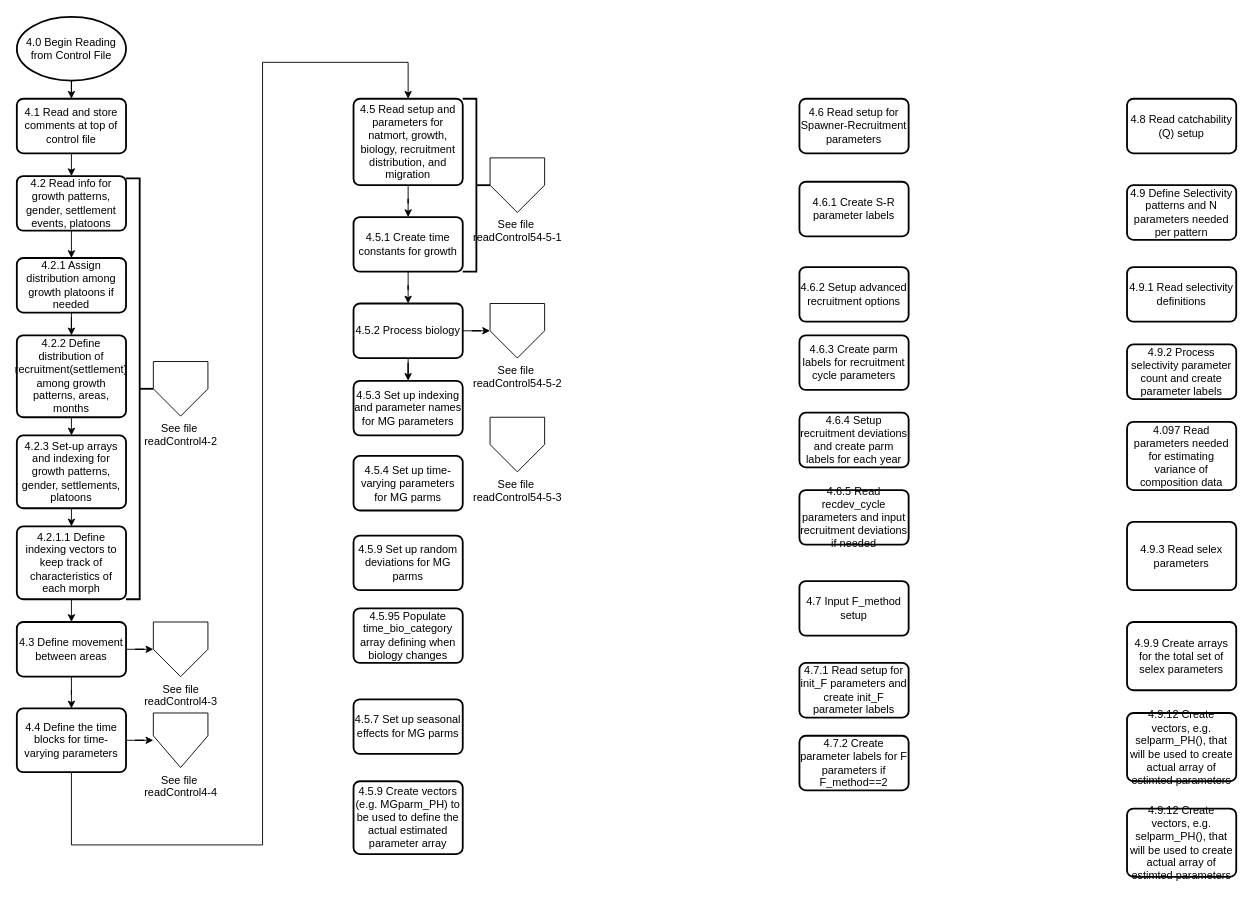
nmfs-ost/ss3-flowcharts keeps this draw.io diagram as readControl.drawio. Above is the earlier version. Source tidied: cells renumbered, new cells numbered last; positions are measured from the earlier drawing's top-left corner, leaving out a move shared by most shapes. Both pictures are drawn from the tidied source at 91%, with x=0, y=0 at pixel (16, 16).
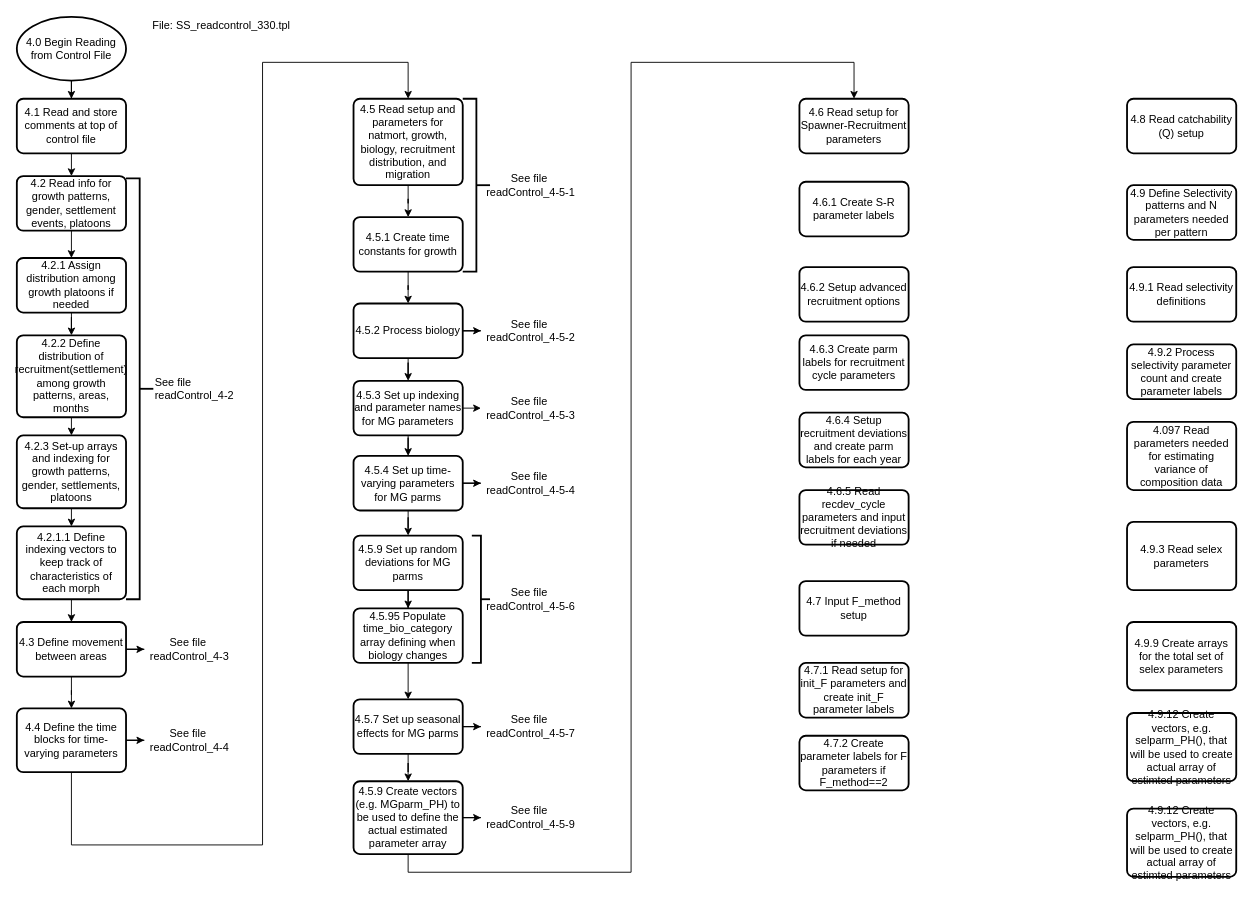
The same page after the edit.

The change refers to these unchanged cells:
```xml
<mxCell id="19" value="4.3 Define movement between areas" style="rounded=1;whiteSpace=wrap;html=1;absoluteArcSize=1;arcSize=14;strokeWidth=2;" parent="1" vertex="1">
  <mxGeometry y="665" width="120" height="60" as="geometry" />
</mxCell>
<mxCell id="22" value="4.4 Define the time blocks for time-varying parameters" style="rounded=1;whiteSpace=wrap;html=1;absoluteArcSize=1;arcSize=14;strokeWidth=2;" parent="1" vertex="1">
  <mxGeometry y="760" width="120" height="70" as="geometry" />
</mxCell>
<mxCell id="29" value="4.5.2 Process biology" style="rounded=1;whiteSpace=wrap;html=1;absoluteArcSize=1;arcSize=14;strokeWidth=2;" parent="1" vertex="1">
  <mxGeometry x="370" y="315" width="120" height="60" as="geometry" />
</mxCell>
<mxCell id="30" value="4.5.3 Set up indexing and parameter names for MG parameters" style="rounded=1;whiteSpace=wrap;html=1;absoluteArcSize=1;arcSize=14;strokeWidth=2;" parent="1" vertex="1">
  <mxGeometry x="370" y="400" width="120" height="60" as="geometry" />
</mxCell>
<mxCell id="31" value="4.5.4 Set up time-varying parameters for MG parms" style="rounded=1;whiteSpace=wrap;html=1;absoluteArcSize=1;arcSize=14;strokeWidth=2;" parent="1" vertex="1">
  <mxGeometry x="370" y="482.5" width="120" height="60" as="geometry" />
</mxCell>
<mxCell id="32" value="4.5.9 Set up random deviations for MG parms" style="rounded=1;whiteSpace=wrap;html=1;absoluteArcSize=1;arcSize=14;strokeWidth=2;" parent="1" vertex="1">
  <mxGeometry x="370" y="570" width="120" height="60" as="geometry" />
</mxCell>
<mxCell id="33" value="4.5.95 Populate time_bio_category array defining when biology changes" style="rounded=1;whiteSpace=wrap;html=1;absoluteArcSize=1;arcSize=14;strokeWidth=2;" parent="1" vertex="1">
  <mxGeometry x="370" y="650" width="120" height="60" as="geometry" />
</mxCell>
<mxCell id="34" value="4.5.7 Set up seasonal effects for MG parms" style="rounded=1;whiteSpace=wrap;html=1;absoluteArcSize=1;arcSize=14;strokeWidth=2;" parent="1" vertex="1">
  <mxGeometry x="370" y="750" width="120" height="60" as="geometry" />
</mxCell>
<mxCell id="35" value="4.5.9 Create vectors (e.g. MGparm_PH) to be used to define the actual estimated parameter array" style="rounded=1;whiteSpace=wrap;html=1;absoluteArcSize=1;arcSize=14;strokeWidth=2;" parent="1" vertex="1">
  <mxGeometry x="370" y="840" width="120" height="80" as="geometry" />
</mxCell>
<mxCell id="36" value="4.6 Read setup for Spawner-Recruitment parameters" style="rounded=1;whiteSpace=wrap;html=1;absoluteArcSize=1;arcSize=14;strokeWidth=2;" parent="1" vertex="1">
  <mxGeometry x="860" y="90" width="120" height="60" as="geometry" />
</mxCell>
```

What changed in the source:
```diff
@@
-    <mxCell id="2" style="strokeWidth=2;html=1;shape=mxgraph.flowchart.annotation_2;align=left;labelPosition=right;direction=west;" parent="1" vertex="1">
+    <mxCell id="2" value="&lt;span style=&quot;text-align: center&quot;&gt;See file&amp;nbsp;&lt;/span&gt;&lt;br style=&quot;text-align: center&quot;&gt;&lt;span style=&quot;text-align: center&quot;&gt;readControl_4-2&lt;/span&gt;" style="strokeWidth=2;html=1;shape=mxgraph.flowchart.annotation_2;align=left;labelPosition=right;direction=west;" parent="1" vertex="1">
       <mxGeometry x="120" y="177.5" width="30" height="462.5" as="geometry" />
     </mxCell>
@@
-    <mxCell id="18" style="edgeStyle=orthogonalEdgeStyle;rounded=0;jettySize=auto;html=1;" parent="1" edge="1" source="19" target="54">
+    <mxCell id="18" style="edgeStyle=orthogonalEdgeStyle;rounded=0;jettySize=auto;html=1;" parent="1" edge="1" source="19" target="73">
       <mxGeometry relative="1" as="geometry" />
     </mxCell>
@@
-    <mxCell id="20" style="edgeStyle=orthogonalEdgeStyle;rounded=0;jettySize=auto;html=1;" parent="1" edge="1" source="22" target="55">
+    <mxCell id="20" style="edgeStyle=orthogonalEdgeStyle;rounded=0;jettySize=auto;html=1;entryX=0;entryY=0.5;entryDx=0;entryDy=0;" parent="1" edge="1" source="22" target="74">
       <mxGeometry relative="1" as="geometry" />
     </mxCell>
@@
-    <mxCell id="27" style="edgeStyle=orthogonalEdgeStyle;rounded=0;jettySize=auto;html=1;entryX=0;entryY=0.5;entryDx=0;entryDy=0;" parent="1" edge="1" source="29" target="59">
-      <mxGeometry relative="1" as="geometry" />
-    </mxCell>
@@
+    <mxCell id="61" style="edgeStyle=orthogonalEdgeStyle;rounded=0;jettySize=auto;html=1;" parent="1" edge="1" source="29" target="76">
+      <mxGeometry relative="1" as="geometry" />
+    </mxCell>
@@
+    <mxCell id="62" style="edgeStyle=orthogonalEdgeStyle;rounded=0;jettySize=auto;html=1;" parent="1" edge="1" source="30" target="75">
+      <mxGeometry relative="1" as="geometry" />
+    </mxCell>
+    <mxCell id="63" style="edgeStyle=orthogonalEdgeStyle;rounded=0;jettySize=auto;html=1;" parent="1" edge="1" source="30" target="31">
+      <mxGeometry relative="1" as="geometry" />
+    </mxCell>
@@
+    <mxCell id="64" style="edgeStyle=orthogonalEdgeStyle;rounded=0;jettySize=auto;html=1;" parent="1" edge="1" source="31" target="78">
+      <mxGeometry relative="1" as="geometry" />
+    </mxCell>
+    <mxCell id="65" style="edgeStyle=orthogonalEdgeStyle;rounded=0;jettySize=auto;html=1;" parent="1" edge="1" source="31" target="32">
+      <mxGeometry relative="1" as="geometry" />
+    </mxCell>
@@
+    <mxCell id="66" style="edgeStyle=orthogonalEdgeStyle;rounded=0;jettySize=auto;html=1;" parent="1" edge="1" source="32" target="33">
+      <mxGeometry relative="1" as="geometry" />
+    </mxCell>
@@
+    <mxCell id="67" style="edgeStyle=orthogonalEdgeStyle;rounded=0;jettySize=auto;html=1;" parent="1" edge="1" source="33" target="34">
+      <mxGeometry relative="1" as="geometry" />
+    </mxCell>
@@
+    <mxCell id="68" style="edgeStyle=orthogonalEdgeStyle;rounded=0;jettySize=auto;html=1;" parent="1" edge="1" source="34" target="81">
+      <mxGeometry relative="1" as="geometry" />
+    </mxCell>
+    <mxCell id="69" style="edgeStyle=orthogonalEdgeStyle;rounded=0;jettySize=auto;html=1;" parent="1" edge="1" source="34" target="35">
+      <mxGeometry relative="1" as="geometry" />
+    </mxCell>
@@
+    <mxCell id="70" style="edgeStyle=orthogonalEdgeStyle;rounded=0;jettySize=auto;html=1;" parent="1" edge="1" source="35" target="82">
+      <mxGeometry relative="1" as="geometry" />
+    </mxCell>
+    <mxCell id="71" style="edgeStyle=orthogonalEdgeStyle;rounded=0;jettySize=auto;html=1;" parent="1" edge="1" source="35" target="36">
+      <mxGeometry relative="1" as="geometry">
+        <Array as="points">
+          <mxPoint x="430" y="940" />
+          <mxPoint x="675" y="940" />
+          <mxPoint x="675" y="50" />
+          <mxPoint x="920" y="50" />
+        </Array>
+      </mxGeometry>
+    </mxCell>
@@
-    <mxCell id="54" value="See file &lt;br&gt;readControl4-3" style="verticalLabelPosition=bottom;verticalAlign=top;html=1;shape=offPageConnector;rounded=0;size=0.5;" parent="1" vertex="1">
-      <mxGeometry x="150" y="665" width="60" height="60" as="geometry" />
-    </mxCell>
-    <mxCell id="55" value="See file&amp;nbsp;&lt;br&gt;readControl4-4" style="verticalLabelPosition=bottom;verticalAlign=top;html=1;shape=offPageConnector;rounded=0;size=0.5833333333333334;" parent="1" vertex="1">
-      <mxGeometry x="150" y="765" width="60" height="60" as="geometry" />
-    </mxCell>
-    <mxCell id="56" value="See file&amp;nbsp;&lt;br&gt;readControl4-2" style="verticalLabelPosition=bottom;verticalAlign=top;html=1;shape=offPageConnector;rounded=0;size=0.5;" parent="1" vertex="1">
-      <mxGeometry x="150" y="378.8" width="60" height="60" as="geometry" />
-    </mxCell>
@@
-    <mxCell id="58" value="See file&amp;nbsp;&lt;br&gt;readControl54-5-1" style="verticalLabelPosition=bottom;verticalAlign=top;html=1;shape=offPageConnector;rounded=0;size=0.5;" parent="1" vertex="1">
-      <mxGeometry x="520" y="155" width="60" height="60" as="geometry" />
-    </mxCell>
-    <mxCell id="59" value="See file&amp;nbsp;&lt;br&gt;readControl54-5-2" style="verticalLabelPosition=bottom;verticalAlign=top;html=1;shape=offPageConnector;rounded=0;size=0.5;" parent="1" vertex="1">
-      <mxGeometry x="520" y="315" width="60" height="60" as="geometry" />
-    </mxCell>
-    <mxCell id="60" value="See file&amp;nbsp;&lt;br&gt;readControl54-5-3" style="verticalLabelPosition=bottom;verticalAlign=top;html=1;shape=offPageConnector;rounded=0;size=0.5;" parent="1" vertex="1">
-      <mxGeometry x="520" y="440" width="60" height="60" as="geometry" />
-    </mxCell>
+    <mxCell id="72" value="File: SS_readcontrol_330.tpl" style="text;html=1;strokeColor=none;fillColor=none;align=center;verticalAlign=middle;whiteSpace=wrap;rounded=0;" parent="1" vertex="1">
+      <mxGeometry x="140" width="170" height="20" as="geometry" />
+    </mxCell>
+    <mxCell id="73" value="&lt;span&gt;See file&amp;nbsp;&lt;/span&gt;&lt;br&gt;&lt;span&gt;readControl_4-3&lt;/span&gt;" style="text;html=1;strokeColor=none;fillColor=none;align=center;verticalAlign=middle;whiteSpace=wrap;rounded=0;" parent="1" vertex="1">
+      <mxGeometry x="140" y="676.9" width="100" height="36.2" as="geometry" />
+    </mxCell>
+    <mxCell id="74" value="&lt;span&gt;See file&amp;nbsp;&lt;/span&gt;&lt;br&gt;&lt;span&gt;readControl_4-4&lt;/span&gt;" style="text;html=1;strokeColor=none;fillColor=none;align=center;verticalAlign=middle;whiteSpace=wrap;rounded=0;" parent="1" vertex="1">
+      <mxGeometry x="140" y="776.9" width="100" height="36.2" as="geometry" />
+    </mxCell>
+    <mxCell id="75" value="&lt;span&gt;See file&amp;nbsp;&lt;/span&gt;&lt;br&gt;&lt;span&gt;readControl_4-5-3&lt;/span&gt;" style="text;html=1;strokeColor=none;fillColor=none;align=center;verticalAlign=middle;whiteSpace=wrap;rounded=0;" parent="1" vertex="1">
+      <mxGeometry x="510" y="412" width="110" height="36.2" as="geometry" />
+    </mxCell>
+    <mxCell id="76" value="&lt;span&gt;See file&amp;nbsp;&lt;/span&gt;&lt;br&gt;&lt;span&gt;readControl_4-5-2&lt;/span&gt;" style="text;html=1;strokeColor=none;fillColor=none;align=center;verticalAlign=middle;whiteSpace=wrap;rounded=0;" parent="1" vertex="1">
+      <mxGeometry x="510" y="326.9" width="110" height="36.2" as="geometry" />
+    </mxCell>
+    <mxCell id="77" value="&lt;span&gt;See file&amp;nbsp;&lt;/span&gt;&lt;br&gt;&lt;span&gt;readControl_4-5-1&lt;/span&gt;" style="text;html=1;strokeColor=none;fillColor=none;align=center;verticalAlign=middle;whiteSpace=wrap;rounded=0;" parent="1" vertex="1">
+      <mxGeometry x="510" y="166.9" width="110" height="36.2" as="geometry" />
+    </mxCell>
+    <mxCell id="78" value="&lt;span&gt;See file&amp;nbsp;&lt;/span&gt;&lt;br&gt;&lt;span&gt;readControl_4-5-4&lt;/span&gt;" style="text;html=1;strokeColor=none;fillColor=none;align=center;verticalAlign=middle;whiteSpace=wrap;rounded=0;" parent="1" vertex="1">
+      <mxGeometry x="510" y="494.4" width="110" height="36.2" as="geometry" />
+    </mxCell>
+    <mxCell id="79" value="&lt;span&gt;See file&amp;nbsp;&lt;/span&gt;&lt;br&gt;&lt;span&gt;readControl_4-5-6&lt;/span&gt;" style="text;html=1;strokeColor=none;fillColor=none;align=center;verticalAlign=middle;whiteSpace=wrap;rounded=0;" parent="1" vertex="1">
+      <mxGeometry x="510" y="621.9" width="110" height="36.2" as="geometry" />
+    </mxCell>
+    <mxCell id="80" style="strokeWidth=2;html=1;shape=mxgraph.flowchart.annotation_2;align=left;labelPosition=right;rotation=-180;" parent="1" vertex="1">
+      <mxGeometry x="500" y="570" width="20" height="140" as="geometry" />
+    </mxCell>
+    <mxCell id="81" value="&lt;span&gt;See file&amp;nbsp;&lt;/span&gt;&lt;br&gt;&lt;span&gt;readControl_4-5-7&lt;/span&gt;" style="text;html=1;strokeColor=none;fillColor=none;align=center;verticalAlign=middle;whiteSpace=wrap;rounded=0;" parent="1" vertex="1">
+      <mxGeometry x="510" y="761.9" width="110" height="36.2" as="geometry" />
+    </mxCell>
+    <mxCell id="82" value="&lt;span&gt;See file&amp;nbsp;&lt;/span&gt;&lt;br&gt;&lt;span&gt;readControl_4-5-9&lt;/span&gt;" style="text;html=1;strokeColor=none;fillColor=none;align=center;verticalAlign=middle;whiteSpace=wrap;rounded=0;" parent="1" vertex="1">
+      <mxGeometry x="510" y="861.9" width="110" height="36.2" as="geometry" />
+    </mxCell>
```
